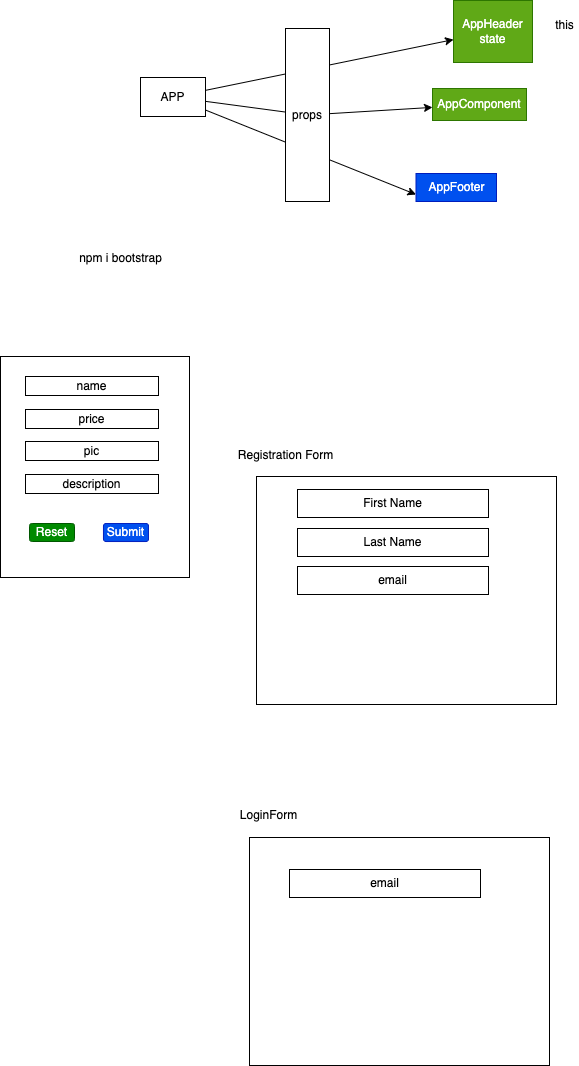
The draw.io diagram images/day10.drawio.png in adithnaveen/2022-sapient-react-node-graphql, before a commit. Source tidied: cells renumbered, new cells last; positions are measured from the earlier drawing's top-left corner, leaving out a move shared by most shapes.
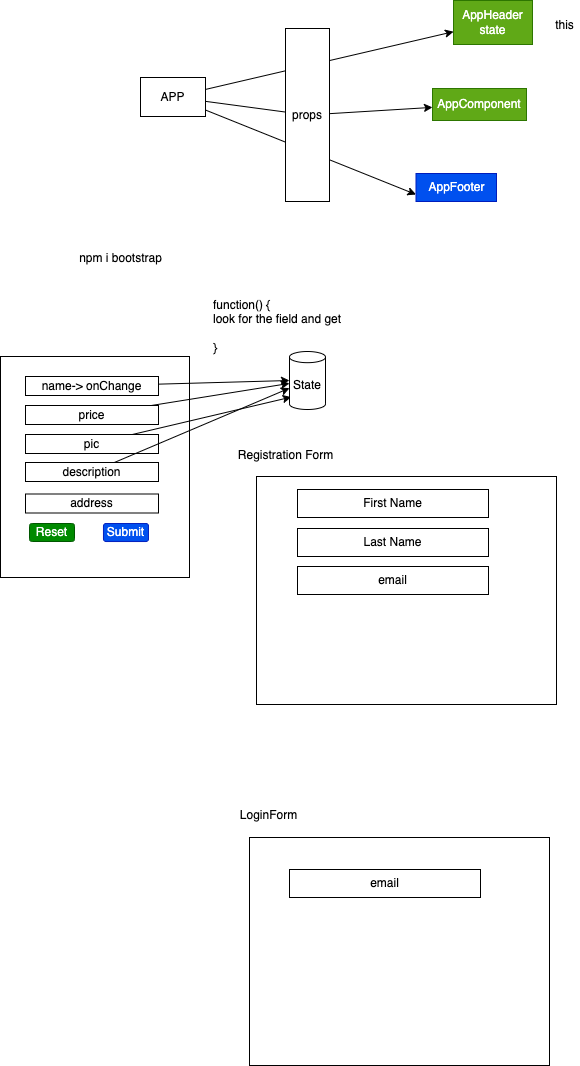
After the commit.

Change to the diagram source:
```diff
@@ -15,7 +15,7 @@
       <mxGeometry x="140" y="77" width="65" height="39" as="geometry" />
     </mxCell>
     <mxCell id="6" value="AppHeader&lt;br&gt;state" style="rounded=0;whiteSpace=wrap;html=1;fillColor=#60a917;fontColor=#ffffff;strokeColor=#2D7600;" parent="1" vertex="1">
-      <mxGeometry x="453" width="79" height="62" as="geometry" />
+      <mxGeometry x="453" width="79" height="44" as="geometry" />
     </mxCell>
     <mxCell id="7" value="AppComponent" style="rounded=0;whiteSpace=wrap;html=1;fillColor=#60a917;fontColor=#ffffff;strokeColor=#2D7600;" parent="1" vertex="1">
       <mxGeometry x="432" y="88" width="94" height="32" as="geometry" />
@@ -44,17 +44,29 @@
     <mxCell id="15" value="Submit" style="rounded=1;whiteSpace=wrap;html=1;fillColor=#0050ef;fontColor=#ffffff;strokeColor=#001DBC;" parent="1" vertex="1">
       <mxGeometry x="103" y="523" width="45" height="18" as="geometry" />
     </mxCell>
+    <mxCell id="28" style="edgeStyle=none;html=1;entryX=0;entryY=0.5;entryDx=0;entryDy=0;entryPerimeter=0;" parent="1" edge="1" source="16" target="34">
+      <mxGeometry relative="1" as="geometry" />
+    </mxCell>
-    <mxCell id="16" value="name" style="rounded=0;whiteSpace=wrap;html=1;" parent="1" vertex="1">
+    <mxCell id="16" value="name-&amp;gt; onChange" style="rounded=0;whiteSpace=wrap;html=1;" parent="1" vertex="1">
       <mxGeometry x="25" y="376" width="133" height="19" as="geometry" />
     </mxCell>
+    <mxCell id="29" style="edgeStyle=none;html=1;" parent="1" edge="1" source="17" target="34">
+      <mxGeometry relative="1" as="geometry" />
+    </mxCell>
     <mxCell id="17" value="price" style="rounded=0;whiteSpace=wrap;html=1;" parent="1" vertex="1">
-      <mxGeometry x="25" y="409" width="133" height="19" as="geometry" />
+      <mxGeometry x="25" y="405" width="133" height="19" as="geometry" />
     </mxCell>
+    <mxCell id="30" style="edgeStyle=none;html=1;entryX=0.046;entryY=0.786;entryDx=0;entryDy=0;entryPerimeter=0;" parent="1" edge="1" source="18" target="34">
+      <mxGeometry relative="1" as="geometry" />
+    </mxCell>
     <mxCell id="18" value="pic" style="rounded=0;whiteSpace=wrap;html=1;" parent="1" vertex="1">
-      <mxGeometry x="25" y="441" width="133" height="19" as="geometry" />
+      <mxGeometry x="25" y="434" width="133" height="19" as="geometry" />
     </mxCell>
+    <mxCell id="31" style="edgeStyle=none;html=1;" parent="1" edge="1" source="19" target="34">
+      <mxGeometry relative="1" as="geometry" />
+    </mxCell>
     <mxCell id="19" value="description" style="rounded=0;whiteSpace=wrap;html=1;" parent="1" vertex="1">
-      <mxGeometry x="25" y="474" width="133" height="19" as="geometry" />
+      <mxGeometry x="25" y="462" width="133" height="19" as="geometry" />
     </mxCell>
     <mxCell id="20" style="rounded=0;whiteSpace=wrap;html=1;" parent="1" vertex="1">
       <mxGeometry x="256" y="476" width="300" height="228" as="geometry" />
@@ -80,5 +92,14 @@
     <mxCell id="27" value="email" style="rounded=0;whiteSpace=wrap;html=1;" parent="1" vertex="1">
       <mxGeometry x="289" y="869" width="191" height="28" as="geometry" />
     </mxCell>
+    <mxCell id="32" value="function() {&lt;br&gt;look for the field and get&amp;nbsp;&lt;br&gt;&lt;br&gt;}" style="text;html=1;align=left;verticalAlign=middle;strokeColor=none;fillColor=none;" parent="1" vertex="1">
+      <mxGeometry x="211" y="296" width="141" height="60" as="geometry" />
+    </mxCell>
+    <mxCell id="33" value="address" style="rounded=0;whiteSpace=wrap;html=1;" parent="1" vertex="1">
+      <mxGeometry x="25" y="493.5" width="133" height="19" as="geometry" />
+    </mxCell>
+    <mxCell id="34" value="State" style="shape=cylinder3;whiteSpace=wrap;html=1;boundedLbl=1;backgroundOutline=1;size=5.583353678385379;" parent="1" vertex="1">
+      <mxGeometry x="289" y="351" width="36" height="58" as="geometry" />
+    </mxCell>
   </root>
 </mxGraphModel>
```
